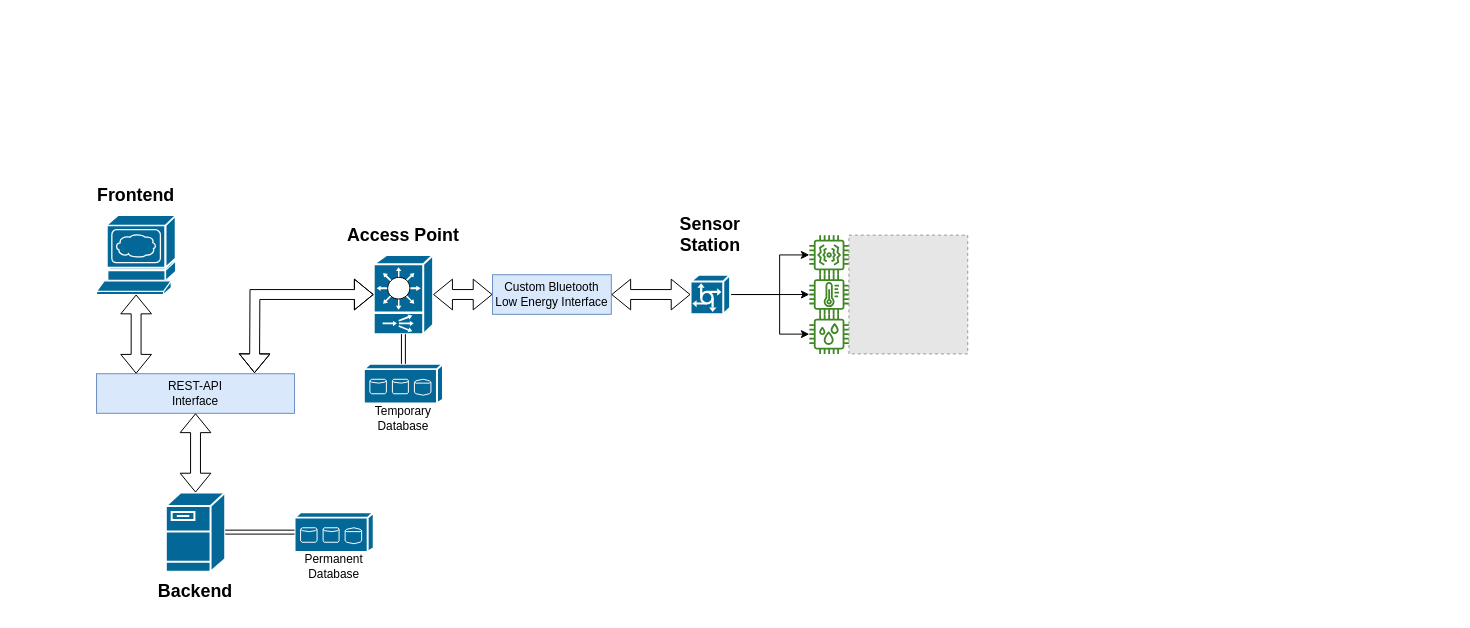
FabioPlunser/SWE keeps this draw.io diagram as Diagrams/component-diagram.drawio. Above is the earlier version. Source tidied: cells renumbered, new cells numbered last; positions are measured from the earlier drawing's top-left corner, leaving out a move shared by most shapes. Both pictures are drawn from the tidied source at 99%, with x=0, y=0 at pixel (76, 175). Pictures stored in the file or linked from it are replaced by grey dashed boxes.
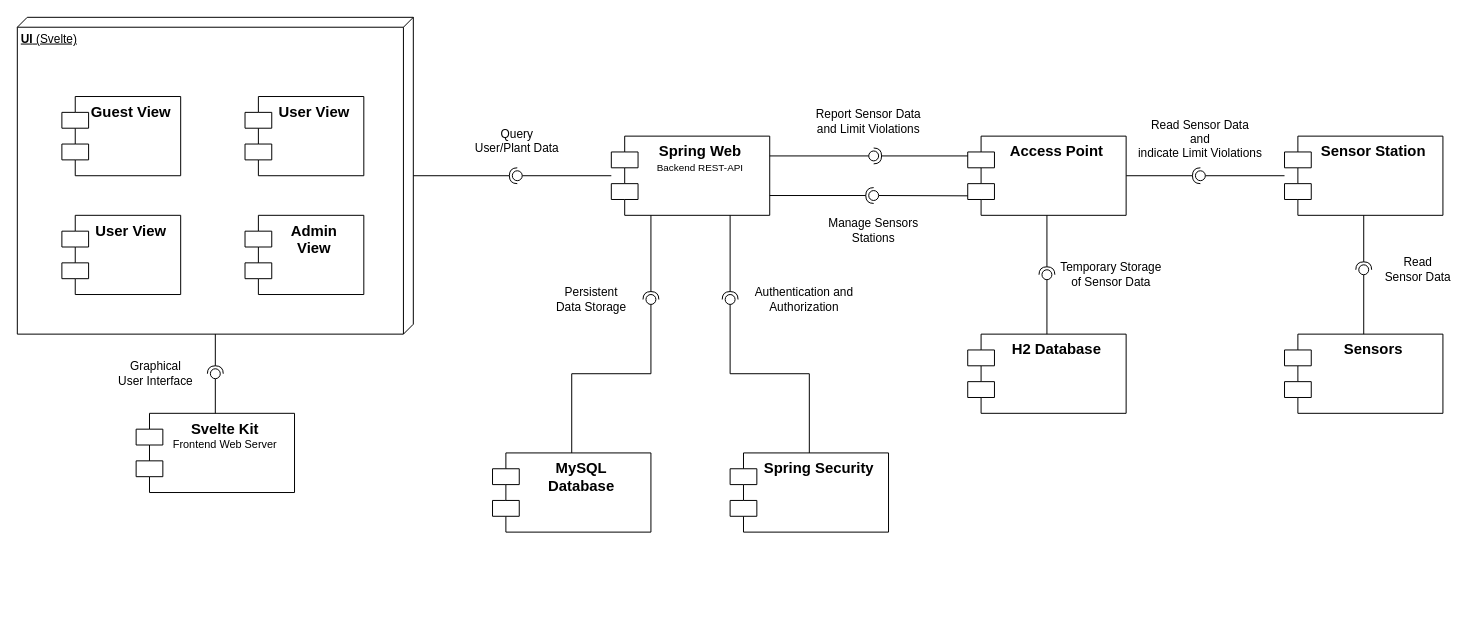
The same page after the edit.

Commit message (it also covers changes not shown here):
Created Component Diagram

What changed in the source:
```diff
@@
-    <mxCell id="2" style="shape=mxgraph.cisco.servers.www_server;sketch=0;html=1;dashed=0;fillColor=#036897;strokeColor=#ffffff;strokeWidth=2;verticalLabelPosition=bottom;verticalAlign=top;align=center;outlineConnect=0;" parent="1" vertex="1">
-      <mxGeometry x="20" y="40" width="80" height="80" as="geometry" />
-    </mxCell>
-    <mxCell id="3" style="shape=mxgraph.cisco.servers.fileserver;sketch=0;html=1;dashed=0;fillColor=#036897;strokeColor=#ffffff;strokeWidth=2;verticalLabelPosition=bottom;verticalAlign=top;align=center;outlineConnect=0;" parent="1" vertex="1">
-      <mxGeometry x="90" y="320" width="60" height="80" as="geometry" />
-    </mxCell>
-    <mxCell id="4" value="REST-API&lt;br&gt;Interface" style="rounded=0;whiteSpace=wrap;html=1;fillColor=#dae8fc;strokeColor=#6c8ebf;" parent="1" vertex="1">
-      <mxGeometry x="20" y="200" width="200" height="40" as="geometry" />
-    </mxCell>
-    <mxCell id="5" style="shape=flexArrow;endArrow=classic;startArrow=classic;html=1;rounded=0;" parent="1" edge="1" source="4" target="3">
-      <mxGeometry relative="1" as="geometry" />
-    </mxCell>
-    <mxCell id="6" style="shape=flexArrow;endArrow=classic;startArrow=classic;html=1;rounded=0;entryX=0.2;entryY=0;entryDx=0;entryDy=0;entryPerimeter=0;" parent="1" edge="1" source="2" target="4">
-      <mxGeometry relative="1" as="geometry" />
-    </mxCell>
-    <mxCell id="7" value="&lt;font style=&quot;font-size: 18px;&quot;&gt;Frontend&lt;/font&gt;" style="text;html=1;strokeColor=none;fillColor=none;align=center;verticalAlign=middle;whiteSpace=wrap;rounded=0;fontStyle=1;" parent="1" vertex="1">
-      <mxGeometry width="120" height="40" as="geometry" />
-    </mxCell>
-    <mxCell id="8" value="&lt;span style=&quot;font-size: 18px;&quot;&gt;Backend&lt;/span&gt;" style="text;html=1;strokeColor=none;fillColor=none;align=center;verticalAlign=middle;whiteSpace=wrap;rounded=0;fontStyle=1;" parent="1" vertex="1">
-      <mxGeometry x="60" y="400" width="120" height="40" as="geometry" />
-    </mxCell>
-    <mxCell id="9" style="shape=mxgraph.cisco.switches.content_switch;sketch=0;html=1;dashed=0;fillColor=#036897;strokeColor=#ffffff;strokeWidth=2;verticalLabelPosition=bottom;verticalAlign=top;align=center;outlineConnect=0;" parent="1" vertex="1">
-      <mxGeometry x="300" y="80" width="60" height="80" as="geometry" />
-    </mxCell>
+    <mxCell id="30" value="&lt;font style=&quot;font-size: 15px;&quot;&gt;&lt;b&gt;MySQL &lt;br&gt;Database&lt;/b&gt;&lt;/font&gt;" style="shape=module;align=left;spacingLeft=20;align=center;verticalAlign=top;whiteSpace=wrap;html=1;jettyWidth=27;jettyHeight=16;" parent="1" vertex="1">
+      <mxGeometry x="420" y="280" width="160" height="80" as="geometry" />
+    </mxCell>
+    <mxCell id="31" value="&lt;font style=&quot;&quot;&gt;&lt;span style=&quot;font-size: 15px;&quot;&gt;&lt;b&gt;Svelte Kit&lt;/b&gt;&lt;/span&gt;&lt;br&gt;&lt;font style=&quot;font-size: 11px;&quot;&gt;Frontend Web Server&lt;/font&gt;&lt;br&gt;&lt;/font&gt;" style="shape=module;align=left;spacingLeft=20;align=center;verticalAlign=top;whiteSpace=wrap;html=1;jettyWidth=27;jettyHeight=16;" parent="1" vertex="1">
+      <mxGeometry x="60" y="240" width="160" height="80" as="geometry" />
+    </mxCell>
+    <mxCell id="32" value="&lt;b&gt;UI&lt;/b&gt; (Svelte)" style="verticalAlign=top;align=left;spacingTop=8;spacingLeft=2;spacingRight=12;shape=cube;size=10;direction=south;fontStyle=4;html=1;whiteSpace=wrap;" parent="1" vertex="1">
+      <mxGeometry x="-60" y="-160" width="400" height="320" as="geometry" />
+    </mxCell>
+    <mxCell id="33" style="rounded=0;jettySize=auto;html=1;endArrow=none;endFill=0;sketch=0;sourcePerimeterSpacing=0;targetPerimeterSpacing=0;" parent="1" edge="1" source="31" target="35">
+      <mxGeometry relative="1" as="geometry" />
+    </mxCell>
+    <mxCell id="34" style="rounded=0;jettySize=auto;html=1;endArrow=halfCircle;endFill=0;entryX=0.5;entryY=0.5;endSize=6;strokeWidth=1;sketch=0;" parent="1" edge="1" source="32" target="35">
+      <mxGeometry relative="1" as="geometry" />
+    </mxCell>
+    <mxCell id="35" style="ellipse;whiteSpace=wrap;html=1;align=center;points=[];outlineConnect=0;sketch=0;" parent="1" vertex="1">
+      <mxGeometry x="135" y="195" width="10" height="10" as="geometry" />
+    </mxCell>
+    <mxCell id="36" value="&lt;font style=&quot;font-size: 15px;&quot;&gt;&lt;b&gt;Guest View&lt;/b&gt;&lt;/font&gt;" style="shape=module;align=left;spacingLeft=20;align=center;verticalAlign=top;whiteSpace=wrap;html=1;jettyWidth=27;jettyHeight=16;" parent="1" vertex="1">
+      <mxGeometry x="-15" y="-80" width="120" height="80" as="geometry" />
+    </mxCell>
+    <mxCell id="37" value="&lt;font style=&quot;font-size: 15px;&quot;&gt;&lt;b&gt;User View&lt;/b&gt;&lt;/font&gt;" style="shape=module;align=left;spacingLeft=20;align=center;verticalAlign=top;whiteSpace=wrap;html=1;jettyWidth=27;jettyHeight=16;" parent="1" vertex="1">
+      <mxGeometry x="170" y="-80" width="120" height="80" as="geometry" />
+    </mxCell>
+    <mxCell id="38" value="&lt;font style=&quot;font-size: 15px;&quot;&gt;&lt;b&gt;User View&lt;/b&gt;&lt;/font&gt;" style="shape=module;align=left;spacingLeft=20;align=center;verticalAlign=top;whiteSpace=wrap;html=1;jettyWidth=27;jettyHeight=16;" parent="1" vertex="1">
+      <mxGeometry x="-15" y="40" width="120" height="80" as="geometry" />
+    </mxCell>
+    <mxCell id="39" value="Graphical User Interface" style="text;html=1;strokeColor=none;fillColor=none;align=center;verticalAlign=middle;whiteSpace=wrap;rounded=0;" parent="1" vertex="1">
+      <mxGeometry x="40" y="185" width="80" height="30" as="geometry" />
+    </mxCell>
+    <mxCell id="40" value="&lt;font style=&quot;font-size: 15px;&quot;&gt;&lt;b&gt;Admin&lt;br&gt;View&lt;/b&gt;&lt;/font&gt;" style="shape=module;align=left;spacingLeft=20;align=center;verticalAlign=top;whiteSpace=wrap;html=1;jettyWidth=27;jettyHeight=16;" parent="1" vertex="1">
+      <mxGeometry x="170" y="40" width="120" height="80" as="geometry" />
+    </mxCell>
+    <mxCell id="41" value="&lt;font style=&quot;&quot;&gt;&lt;b style=&quot;font-size: 15px;&quot;&gt;Spring Web&lt;/b&gt;&lt;br&gt;&lt;font style=&quot;font-size: 10px;&quot;&gt;Backend REST-API&lt;/font&gt;&lt;br&gt;&lt;/font&gt;" style="shape=module;align=left;spacingLeft=20;align=center;verticalAlign=top;whiteSpace=wrap;html=1;jettyWidth=27;jettyHeight=16;" parent="1" vertex="1">
+      <mxGeometry x="540" y="-40" width="160" height="80" as="geometry" />
+    </mxCell>
+    <mxCell id="42" style="rounded=0;jettySize=auto;html=1;endArrow=none;endFill=0;sketch=0;sourcePerimeterSpacing=0;targetPerimeterSpacing=0;" parent="1" edge="1" source="41" target="44">
+      <mxGeometry relative="1" as="geometry" />
+    </mxCell>
+    <mxCell id="43" style="rounded=0;jettySize=auto;html=1;endArrow=halfCircle;endFill=0;entryX=0.5;entryY=0.5;endSize=6;strokeWidth=1;sketch=0;" parent="1" edge="1" source="32" target="44">
+      <mxGeometry relative="1" as="geometry" />
+    </mxCell>
+    <mxCell id="44" style="ellipse;whiteSpace=wrap;html=1;align=center;points=[];outlineConnect=0;sketch=0;" parent="1" vertex="1">
+      <mxGeometry x="440" y="-5" width="10" height="10" as="geometry" />
+    </mxCell>
+    <mxCell id="45" value="Query User/Plant Data" style="text;html=1;strokeColor=none;fillColor=none;align=center;verticalAlign=middle;whiteSpace=wrap;rounded=0;" parent="1" vertex="1">
+      <mxGeometry x="400" y="-50" width="90" height="30" as="geometry" />
+    </mxCell>
+    <mxCell id="46" value="&lt;font style=&quot;&quot;&gt;&lt;b style=&quot;font-size: 15px;&quot;&gt;Spring Security&lt;/b&gt;&lt;br&gt;&lt;/font&gt;" style="shape=module;align=left;spacingLeft=20;align=center;verticalAlign=top;whiteSpace=wrap;html=1;jettyWidth=27;jettyHeight=16;" parent="1" vertex="1">
+      <mxGeometry x="660" y="280" width="160" height="80" as="geometry" />
+    </mxCell>
+    <mxCell id="47" style="rounded=0;jettySize=auto;html=1;endArrow=none;endFill=0;sketch=0;sourcePerimeterSpacing=0;targetPerimeterSpacing=0;" parent="1" edge="1" source="46" target="49">
+      <mxGeometry relative="1" as="geometry">
+        <Array as="points">
+          <mxPoint x="740" y="200" />
+          <mxPoint x="660" y="200" />
+        </Array>
+      </mxGeometry>
+    </mxCell>
+    <mxCell id="48" style="rounded=0;jettySize=auto;html=1;endArrow=halfCircle;endFill=0;entryX=0.5;entryY=0.5;endSize=6;strokeWidth=1;sketch=0;exitX=0.75;exitY=1;exitDx=0;exitDy=0;" parent="1" edge="1" source="41" target="49">
+      <mxGeometry relative="1" as="geometry" />
+    </mxCell>
+    <mxCell id="49" style="ellipse;whiteSpace=wrap;html=1;align=center;points=[];outlineConnect=0;sketch=0;direction=south;" parent="1" vertex="1">
+      <mxGeometry x="655" y="120" width="10" height="10" as="geometry" />
+    </mxCell>
+    <mxCell id="50" value="Authentication and Authorization" style="text;html=1;strokeColor=none;fillColor=none;align=center;verticalAlign=middle;whiteSpace=wrap;rounded=0;" parent="1" vertex="1">
+      <mxGeometry x="680" y="110" width="110" height="30" as="geometry" />
+    </mxCell>
+    <mxCell id="19" value="&lt;font style=&quot;&quot;&gt;&lt;b style=&quot;font-size: 15px;&quot;&gt;Sensor Station&lt;/b&gt;&lt;br&gt;&lt;/font&gt;" style="shape=module;align=left;spacingLeft=20;align=center;verticalAlign=top;whiteSpace=wrap;html=1;jettyWidth=27;jettyHeight=16;" parent="1" vertex="1">
+      <mxGeometry x="1220" y="-40" width="160" height="80" as="geometry" />
+    </mxCell>
+    <mxCell id="51" value="&lt;font style=&quot;&quot;&gt;&lt;b style=&quot;font-size: 15px;&quot;&gt;Sensors&lt;/b&gt;&lt;br&gt;&lt;/font&gt;" style="shape=module;align=left;spacingLeft=20;align=center;verticalAlign=top;whiteSpace=wrap;html=1;jettyWidth=27;jettyHeight=16;" parent="1" vertex="1">
+      <mxGeometry x="1220" y="160" width="160" height="80" as="geometry" />
+    </mxCell>
+    <mxCell id="52" style="rounded=0;jettySize=auto;html=1;endArrow=none;endFill=0;sketch=0;sourcePerimeterSpacing=0;targetPerimeterSpacing=0;" parent="1" edge="1" source="51" target="54">
+      <mxGeometry relative="1" as="geometry" />
+    </mxCell>
+    <mxCell id="53" style="rounded=0;jettySize=auto;html=1;endArrow=halfCircle;endFill=0;entryX=0.5;entryY=0.5;endSize=6;strokeWidth=1;sketch=0;" parent="1" edge="1" source="19" target="54">
+      <mxGeometry relative="1" as="geometry" />
+    </mxCell>
+    <mxCell id="54" style="ellipse;whiteSpace=wrap;html=1;align=center;points=[];outlineConnect=0;sketch=0;" parent="1" vertex="1">
+      <mxGeometry x="1295" y="90" width="10" height="10" as="geometry" />
+    </mxCell>
+    <mxCell id="55" value="Read Sensor Data" style="text;html=1;strokeColor=none;fillColor=none;align=center;verticalAlign=middle;whiteSpace=wrap;rounded=0;" parent="1" vertex="1">
+      <mxGeometry x="1320" y="80" width="70" height="30" as="geometry" />
+    </mxCell>
+    <mxCell id="56" style="rounded=0;jettySize=auto;html=1;endArrow=none;endFill=0;sketch=0;sourcePerimeterSpacing=0;targetPerimeterSpacing=0;" parent="1" edge="1" source="19" target="58">
+      <mxGeometry relative="1" as="geometry" />
+    </mxCell>
+    <mxCell id="57" style="rounded=0;jettySize=auto;html=1;endArrow=halfCircle;endFill=0;entryX=0.5;entryY=0.5;endSize=6;strokeWidth=1;sketch=0;" parent="1" edge="1" source="10" target="58">
+      <mxGeometry relative="1" as="geometry" />
+    </mxCell>
+    <mxCell id="58" style="ellipse;whiteSpace=wrap;html=1;align=center;points=[];outlineConnect=0;sketch=0;" parent="1" vertex="1">
+      <mxGeometry x="1130" y="-5" width="10" height="10" as="geometry" />
+    </mxCell>
+    <mxCell id="59" value="Read Sensor Data&lt;br&gt;and &lt;br&gt;indicate Limit Violations" style="text;html=1;strokeColor=none;fillColor=none;align=center;verticalAlign=middle;whiteSpace=wrap;rounded=0;" parent="1" vertex="1">
+      <mxGeometry x="1070" y="-60" width="130" height="45" as="geometry" />
+    </mxCell>
+    <mxCell id="60" style="rounded=0;jettySize=auto;html=1;endArrow=none;endFill=0;sketch=0;sourcePerimeterSpacing=0;targetPerimeterSpacing=0;" parent="1" edge="1" source="30" target="62">
+      <mxGeometry relative="1" as="geometry">
+        <Array as="points">
+          <mxPoint x="500" y="200" />
+          <mxPoint x="580" y="200" />
+        </Array>
+      </mxGeometry>
+    </mxCell>
+    <mxCell id="61" style="rounded=0;jettySize=auto;html=1;endArrow=halfCircle;endFill=0;entryX=0.5;entryY=0.5;endSize=6;strokeWidth=1;sketch=0;exitX=0.25;exitY=1;exitDx=0;exitDy=0;" parent="1" edge="1" source="41" target="62">
+      <mxGeometry relative="1" as="geometry" />
+    </mxCell>
+    <mxCell id="62" style="ellipse;whiteSpace=wrap;html=1;align=center;points=[];outlineConnect=0;sketch=0;" parent="1" vertex="1">
+      <mxGeometry x="575" y="120" width="10" height="10" as="geometry" />
+    </mxCell>
+    <mxCell id="63" value="Persistent Data Storage" style="text;html=1;strokeColor=none;fillColor=none;align=center;verticalAlign=middle;whiteSpace=wrap;rounded=0;" parent="1" vertex="1">
+      <mxGeometry x="480" y="110" width="80" height="30" as="geometry" />
+    </mxCell>
-    <mxCell id="10" value="&lt;font style=&quot;font-size: 18px;&quot;&gt;Access Point&lt;/font&gt;" style="text;html=1;strokeColor=none;fillColor=none;align=center;verticalAlign=middle;whiteSpace=wrap;rounded=0;fontStyle=1;" parent="1" vertex="1">
-      <mxGeometry x="270" y="40" width="120" height="40" as="geometry" />
+    <mxCell id="10" value="&lt;font style=&quot;&quot;&gt;&lt;b style=&quot;font-size: 15px;&quot;&gt;Access Point&lt;/b&gt;&lt;br&gt;&lt;/font&gt;" style="shape=module;align=left;spacingLeft=20;align=center;verticalAlign=top;whiteSpace=wrap;html=1;jettyWidth=27;jettyHeight=16;" parent="1" vertex="1">
+      <mxGeometry x="900" y="-40" width="160" height="80" as="geometry" />
     </mxCell>
-    <mxCell id="11" style="shape=flexArrow;endArrow=classic;startArrow=classic;html=1;rounded=0;entryX=0.798;entryY=-0.014;entryDx=0;entryDy=0;entryPerimeter=0;" parent="1" edge="1" source="9" target="4">
-      <mxGeometry relative="1" as="geometry">
-        <Array as="points">
-          <mxPoint x="180" y="120" />
-        </Array>
-      </mxGeometry>
-    </mxCell>
-    <mxCell id="12" value="Custom Bluetooth Low Energy Interface" style="rounded=0;whiteSpace=wrap;html=1;fillColor=#dae8fc;strokeColor=#6c8ebf;" parent="1" vertex="1">
-      <mxGeometry x="420" y="100" width="120" height="40" as="geometry" />
-    </mxCell>
-    <mxCell id="13" style="shape=flexArrow;endArrow=classic;startArrow=classic;html=1;rounded=0;" parent="1" edge="1" source="12" target="9">
-      <mxGeometry relative="1" as="geometry" />
-    </mxCell>
-    <mxCell id="14" style="edgeStyle=orthogonalEdgeStyle;rounded=0;jettySize=auto;html=1;" parent="1" edge="1" source="17" target="20">
-      <mxGeometry relative="1" as="geometry">
-        <Array as="points">
-          <mxPoint x="710" y="120" />
-          <mxPoint x="710" y="160" />
-        </Array>
-      </mxGeometry>
-    </mxCell>
-    <mxCell id="15" style="edgeStyle=orthogonalEdgeStyle;rounded=0;jettySize=auto;html=1;" parent="1" edge="1" source="17" target="21">
-      <mxGeometry relative="1" as="geometry">
-        <Array as="points">
-          <mxPoint x="660" y="120" />
-          <mxPoint x="660" y="120" />
-        </Array>
-      </mxGeometry>
-    </mxCell>
-    <mxCell id="16" style="edgeStyle=orthogonalEdgeStyle;rounded=0;jettySize=auto;html=1;" parent="1" edge="1" source="17" target="22">
-      <mxGeometry relative="1" as="geometry">
-        <Array as="points">
-          <mxPoint x="710" y="120" />
-          <mxPoint x="710" y="80" />
-        </Array>
-      </mxGeometry>
-    </mxCell>
-    <mxCell id="17" style="shape=mxgraph.cisco.servers.communications_server;sketch=0;html=1;dashed=0;fillColor=#036897;strokeColor=#ffffff;strokeWidth=2;verticalLabelPosition=bottom;verticalAlign=top;align=center;outlineConnect=0;" parent="1" vertex="1">
-      <mxGeometry x="620" y="100" width="40" height="40" as="geometry" />
-    </mxCell>
-    <mxCell id="18" style="shape=flexArrow;endArrow=classic;startArrow=classic;html=1;rounded=0;" parent="1" edge="1" source="17" target="12">
-      <mxGeometry relative="1" as="geometry" />
-    </mxCell>
-    <mxCell id="19" value="&lt;font style=&quot;font-size: 18px;&quot;&gt;Sensor Station&lt;/font&gt;" style="text;html=1;strokeColor=none;fillColor=none;align=center;verticalAlign=middle;whiteSpace=wrap;rounded=0;fontStyle=1;" parent="1" vertex="1">
-      <mxGeometry x="580" y="40" width="120" height="40" as="geometry" />
-    </mxCell>
-    <mxCell id="20" style="sketch=0;outlineConnect=0;fontColor=#232F3E;gradientColor=none;fillColor=#3F8624;strokeColor=none;dashed=0;verticalLabelPosition=bottom;verticalAlign=top;align=center;html=1;fontSize=12;fontStyle=0;shape=mxgraph.aws4.iot_thing_humidity_sensor;" parent="1" vertex="1">
-      <mxGeometry x="740" y="140" width="40" height="40" as="geometry" />
-    </mxCell>
-    <mxCell id="21" style="sketch=0;outlineConnect=0;fontColor=#232F3E;gradientColor=none;fillColor=#3F8624;strokeColor=none;dashed=0;verticalLabelPosition=bottom;verticalAlign=top;align=center;html=1;fontSize=12;fontStyle=0;shape=mxgraph.aws4.iot_thing_temperature_sensor;" parent="1" vertex="1">
-      <mxGeometry x="740" y="100" width="40" height="40" as="geometry" />
-    </mxCell>
-    <mxCell id="22" style="sketch=0;outlineConnect=0;fontColor=#232F3E;gradientColor=none;fillColor=#3F8624;strokeColor=none;dashed=0;verticalLabelPosition=bottom;verticalAlign=top;align=center;html=1;fontSize=12;fontStyle=0;shape=mxgraph.aws4.iot_thing_vibration_sensor;" parent="1" vertex="1">
-      <mxGeometry x="740" y="60" width="40" height="40" as="geometry" />
-    </mxCell>
-    <mxCell id="23" style="fillColor=#E6E6E6;strokeColor=#999999;dashed=1;html=1;verticalAlign=top;verticalLabelPosition=bottom;labelBackgroundColor=#ffffff;" parent="1" vertex="1">
-      <mxGeometry x="780" y="60" width="120" height="120" as="geometry" />
-    </mxCell>
-    <mxCell id="24" style="shape=mxgraph.cisco.storage.fc_storage;sketch=0;html=1;dashed=0;fillColor=#036897;strokeColor=#ffffff;strokeWidth=2;verticalLabelPosition=bottom;verticalAlign=top;align=center;outlineConnect=0;" parent="1" vertex="1">
-      <mxGeometry x="290" y="190" width="80" height="40" as="geometry" />
-    </mxCell>
-    <mxCell id="25" style="shape=link;html=1;rounded=0;" parent="1" edge="1" source="9" target="24">
-      <mxGeometry relative="1" as="geometry" />
-    </mxCell>
-    <mxCell id="26" value="Temporary&lt;br&gt;Database" style="text;html=1;strokeColor=none;fillColor=none;align=center;verticalAlign=middle;whiteSpace=wrap;rounded=0;" parent="1" vertex="1">
-      <mxGeometry x="290" y="230" width="80" height="30" as="geometry" />
-    </mxCell>
-    <mxCell id="27" style="shape=mxgraph.cisco.storage.fc_storage;sketch=0;html=1;dashed=0;fillColor=#036897;strokeColor=#ffffff;strokeWidth=2;verticalLabelPosition=bottom;verticalAlign=top;align=center;outlineConnect=0;" parent="1" vertex="1">
-      <mxGeometry x="220" y="340" width="80" height="40" as="geometry" />
-    </mxCell>
-    <mxCell id="28" style="shape=link;html=1;rounded=0;" parent="1" edge="1" source="3" target="27">
-      <mxGeometry relative="1" as="geometry" />
-    </mxCell>
-    <mxCell id="29" value="Permanent Database" style="text;html=1;strokeColor=none;fillColor=none;align=center;verticalAlign=middle;whiteSpace=wrap;rounded=0;" parent="1" vertex="1">
-      <mxGeometry x="220" y="380" width="80" height="30" as="geometry" />
-    </mxCell>
+    <mxCell id="64" style="rounded=0;jettySize=auto;html=1;endArrow=none;endFill=0;sketch=0;sourcePerimeterSpacing=0;targetPerimeterSpacing=0;exitX=1;exitY=0.25;exitDx=0;exitDy=0;" parent="1" edge="1" source="41" target="66">
+      <mxGeometry relative="1" as="geometry" />
+    </mxCell>
+    <mxCell id="65" style="rounded=0;jettySize=auto;html=1;endArrow=halfCircle;endFill=0;entryX=0.5;entryY=0.5;endSize=6;strokeWidth=1;sketch=0;" parent="1" edge="1" target="66">
+      <mxGeometry relative="1" as="geometry">
+        <mxPoint x="900" y="-20" as="sourcePoint" />
+      </mxGeometry>
+    </mxCell>
+    <mxCell id="66" style="ellipse;whiteSpace=wrap;html=1;align=center;points=[];outlineConnect=0;sketch=0;" parent="1" vertex="1">
+      <mxGeometry x="800" y="-25" width="10" height="10" as="geometry" />
+    </mxCell>
+    <mxCell id="67" style="rounded=0;jettySize=auto;html=1;endArrow=none;endFill=0;sketch=0;sourcePerimeterSpacing=0;targetPerimeterSpacing=0;exitX=0;exitY=0.754;exitDx=0;exitDy=0;exitPerimeter=0;" parent="1" edge="1" source="10" target="69">
+      <mxGeometry relative="1" as="geometry" />
+    </mxCell>
+    <mxCell id="68" style="rounded=0;jettySize=auto;html=1;endArrow=halfCircle;endFill=0;entryX=0.5;entryY=0.5;endSize=6;strokeWidth=1;sketch=0;exitX=1;exitY=0.75;exitDx=0;exitDy=0;" parent="1" edge="1" source="41" target="69">
+      <mxGeometry relative="1" as="geometry" />
+    </mxCell>
+    <mxCell id="69" style="ellipse;whiteSpace=wrap;html=1;align=center;points=[];outlineConnect=0;sketch=0;" parent="1" vertex="1">
+      <mxGeometry x="800" y="15" width="10" height="10" as="geometry" />
+    </mxCell>
+    <mxCell id="70" value="Report Sensor Data and Limit Violations" style="text;html=1;strokeColor=none;fillColor=none;align=center;verticalAlign=middle;whiteSpace=wrap;rounded=0;" parent="1" vertex="1">
+      <mxGeometry x="740" y="-70" width="120" height="30" as="geometry" />
+    </mxCell>
+    <mxCell id="71" value="Manage Sensors Stations" style="text;html=1;strokeColor=none;fillColor=none;align=center;verticalAlign=middle;whiteSpace=wrap;rounded=0;" parent="1" vertex="1">
+      <mxGeometry x="745" y="40" width="120" height="30" as="geometry" />
+    </mxCell>
+    <mxCell id="72" value="&lt;span style=&quot;font-size: 15px;&quot;&gt;&lt;b&gt;H2 Database&lt;/b&gt;&lt;/span&gt;" style="shape=module;align=left;spacingLeft=20;align=center;verticalAlign=top;whiteSpace=wrap;html=1;jettyWidth=27;jettyHeight=16;" parent="1" vertex="1">
+      <mxGeometry x="900" y="160" width="160" height="80" as="geometry" />
+    </mxCell>
+    <mxCell id="73" style="rounded=0;jettySize=auto;html=1;endArrow=none;endFill=0;sketch=0;sourcePerimeterSpacing=0;targetPerimeterSpacing=0;" parent="1" edge="1" source="72" target="75">
+      <mxGeometry relative="1" as="geometry" />
+    </mxCell>
+    <mxCell id="74" style="rounded=0;jettySize=auto;html=1;endArrow=halfCircle;endFill=0;entryX=0.5;entryY=0.5;endSize=6;strokeWidth=1;sketch=0;" parent="1" edge="1" source="10" target="75">
+      <mxGeometry relative="1" as="geometry" />
+    </mxCell>
+    <mxCell id="75" style="ellipse;whiteSpace=wrap;html=1;align=center;points=[];outlineConnect=0;sketch=0;" parent="1" vertex="1">
+      <mxGeometry x="975" y="95" width="10" height="10" as="geometry" />
+    </mxCell>
+    <mxCell id="76" value="Temporary Storage of Sensor Data" style="text;html=1;strokeColor=none;fillColor=none;align=center;verticalAlign=middle;whiteSpace=wrap;rounded=0;" parent="1" vertex="1">
+      <mxGeometry x="990" y="85" width="110" height="30" as="geometry" />
+    </mxCell>
```
